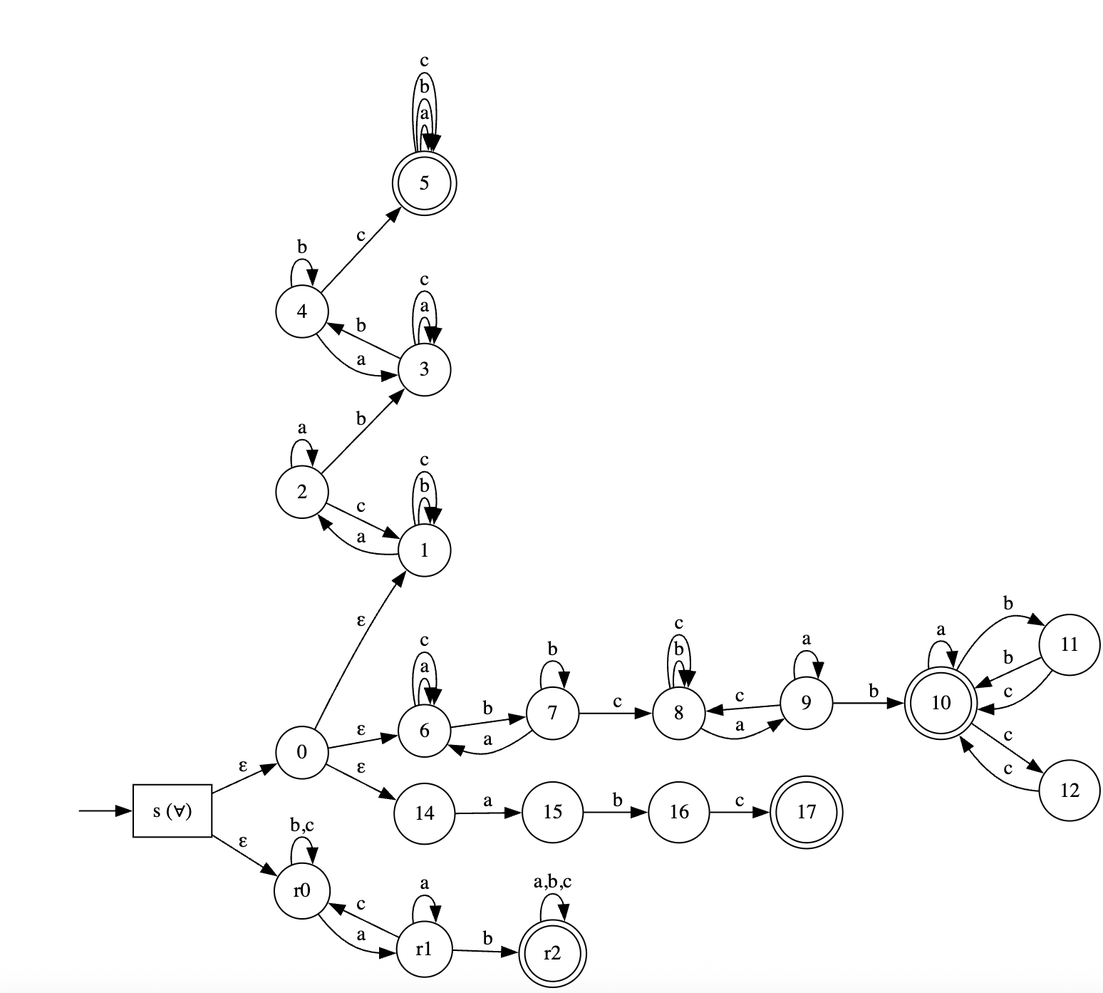
Before: lab2/img/afa.png, a diagram exported from Graphviz (Prrromanssss/formal-languages-labs). Its source is kept beside it as lab2/dot/afa.dot. Source of this version:
```dot
digraph AFA_ab {
    rankdir=LR;

    node [shape = doublecircle]; 5 10 17 r2;
    node [shape = circle];

    "" [shape=none,label=""];
    "" -> s;

    s [shape=box,label="s (∀)"];

    s -> 0  [label="ε"];   // исходный НКА
    s -> r0 [label="ε"];   // автомат для "ab"

    r0 -> r1 [label="a"];
    r0 -> r0 [label="b,c"];

    r1 -> r2 [label="b"];
    r1 -> r1 [label="a"];
    r1 -> r0 [label="c"];

    r2 -> r2 [label="a,b,c"];

    0 -> 1  [label="ε"];
    0 -> 6  [label="ε"];
    0 -> 14 [label="ε"];

    1 -> 2 [label="a"];
    1 -> 1 [label="b"];
    1 -> 1 [label="c"];

    2 -> 3 [label="b"];
    2 -> 2 [label="a"];
    2 -> 1 [label="c"];

    3 -> 4 [label="b"];
    3 -> 3 [label="a"];
    3 -> 3 [label="c"];

    4 -> 5 [label="c"];
    4 -> 4 [label="b"];
    4 -> 3 [label="a"];

    5 -> 5 [label="a"];
    5 -> 5 [label="b"];
    5 -> 5 [label="c"];

    6 -> 7 [label="b"];
    6 -> 6 [label="a"];
    6 -> 6 [label="c"];

    7 -> 8 [label="c"];
    7 -> 7 [label="b"];
    7 -> 6 [label="a"];

    8 -> 9 [label="a"];
    8 -> 8 [label="b"];
    8 -> 8 [label="c"];

    9 -> 10 [label="b"];
    9 -> 9  [label="a"];
    9 -> 8  [label="c"];

    10 -> 10 [label="a"];
    10 -> 11 [label="b"];
    10 -> 12 [label="c"];

    11 -> 10 [label="b"];
    11 -> 10 [label="c"];

    12 -> 10 [label="c"];

    14 -> 15 [label="a"];
    15 -> 16 [label="b"];
    16 -> 17 [label="c"];
}
```
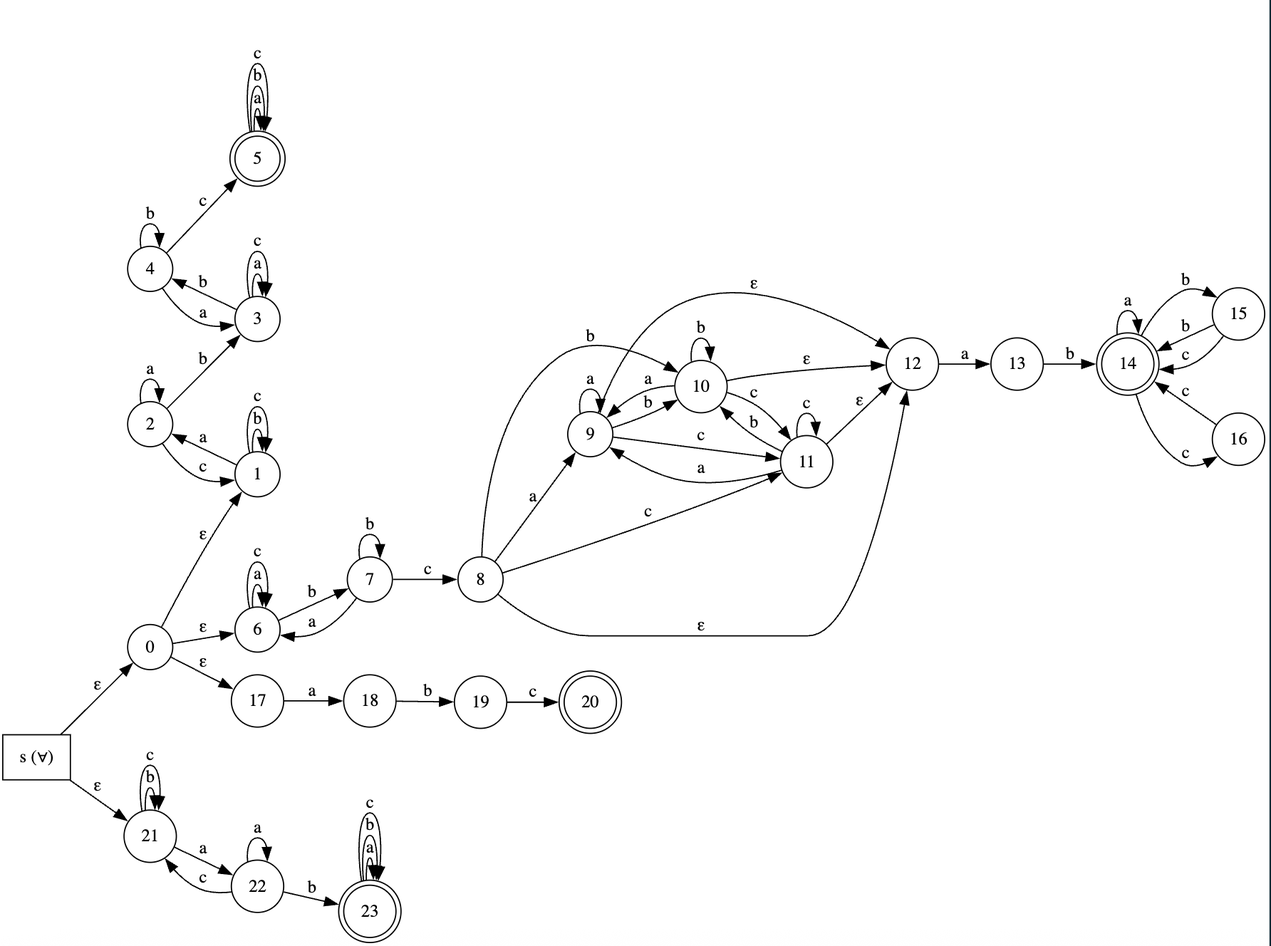
After the change.

The edit, as a diff of the source:
```diff
@@ -1,29 +1,17 @@
-digraph AFA_ab {
+digraph AFA {
     rankdir=LR;
 
-    node [shape = doublecircle]; 5 10 17 r2;
+    node [shape = doublecircle]; 5 14 20 23;
     node [shape = circle];
-
-    "" [shape=none,label=""];
-    "" -> s;
 
     s [shape=box,label="s (∀)"];
 
-    s -> 0  [label="ε"];   // исходный НКА
-    s -> r0 [label="ε"];   // автомат для "ab"
+    s -> 0  [label="ε"];
+    s -> 21 [label="ε"];
 
-    r0 -> r1 [label="a"];
-    r0 -> r0 [label="b,c"];
-
-    r1 -> r2 [label="b"];
-    r1 -> r1 [label="a"];
-    r1 -> r0 [label="c"];
-
-    r2 -> r2 [label="a,b,c"];
-
-    0 -> 1  [label="ε"];
-    0 -> 6  [label="ε"];
-    0 -> 14 [label="ε"];
+    0 -> 1  [label="ε"];   // (a*b*c*)*ab(a*b*c*)*bc(a|b|c)*
+    0 -> 6  [label="ε"];   // (a|b|c)*bc(a*b*c*)*ab(a|bc|cc|bb)*
+    0 -> 17 [label="ε"];   // abc
 
     1 -> 2 [label="a"];
     1 -> 1 [label="b"];
@@ -53,24 +41,51 @@
     7 -> 7 [label="b"];
     7 -> 6 [label="a"];
 
-    8 -> 9 [label="a"];
-    8 -> 8 [label="b"];
-    8 -> 8 [label="c"];
+    8  -> 9  [label="a"];
+    8  -> 10 [label="b"];
+    8  -> 11 [label="c"];
+    8  -> 12 [label="ε"];
 
-    9 -> 10 [label="b"];
-    9 -> 9  [label="a"];
-    9 -> 8  [label="c"];
+    9  -> 9  [label="a"];
+    9  -> 10 [label="b"];
+    9  -> 11 [label="c"];
+    9  -> 12 [label="ε"];
 
-    10 -> 10 [label="a"];
-    10 -> 11 [label="b"];
-    10 -> 12 [label="c"];
+    10 -> 9  [label="a"];
+    10 -> 10 [label="b"];
+    10 -> 11 [label="c"];
+    10 -> 12 [label="ε"];
 
+    11 -> 9  [label="a"];
     11 -> 10 [label="b"];
-    11 -> 10 [label="c"];
+    11 -> 11 [label="c"];
+    11 -> 12 [label="ε"];
 
-    12 -> 10 [label="c"];
+    12 -> 13 [label="a"];
+    13 -> 14 [label="b"];
 
-    14 -> 15 [label="a"];
-    15 -> 16 [label="b"];
-    16 -> 17 [label="c"];
+    14 -> 14 [label="a"];
+    14 -> 15 [label="b"];
+    14 -> 16 [label="c"];
+
+    15 -> 14 [label="b"];
+    15 -> 14 [label="c"];
+
+    16 -> 14 [label="c"];
+
+    17 -> 18 [label="a"];
+    18 -> 19 [label="b"];
+    19 -> 20 [label="c"];
+
+    21 -> 22 [label="a"];
+    21 -> 21 [label="b"];
+    21 -> 21 [label="c"];
+
+    22 -> 22 [label="a"];
+    22 -> 23 [label="b"];
+    22 -> 21 [label="c"];
+
+    23 -> 23 [label="a"];
+    23 -> 23 [label="b"];
+    23 -> 23 [label="c"];
 }
```
